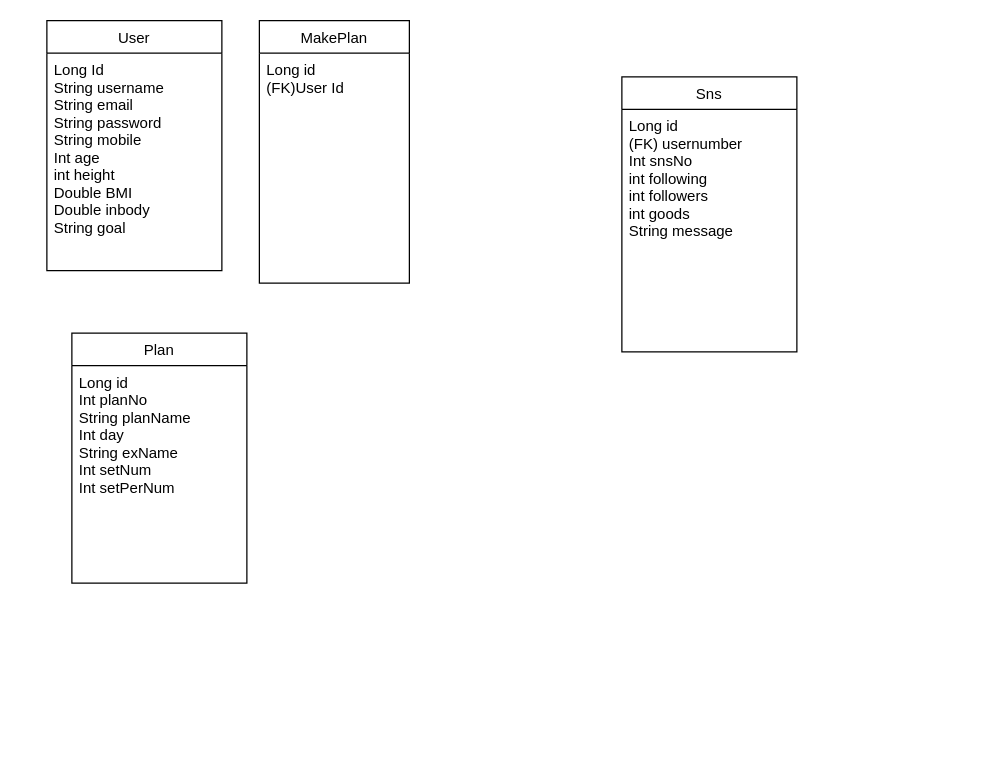
The draw.io diagram Untitled Diagram.drawio in nara0424/test01, before the edit. Source tidied: cells renumbered, new cells numbered last; positions are measured from the earlier drawing's top-left corner, leaving out a move shared by most shapes. Both pictures are drawn from the tidied source at 125%, with x=0, y=0 at pixel (46, 20).
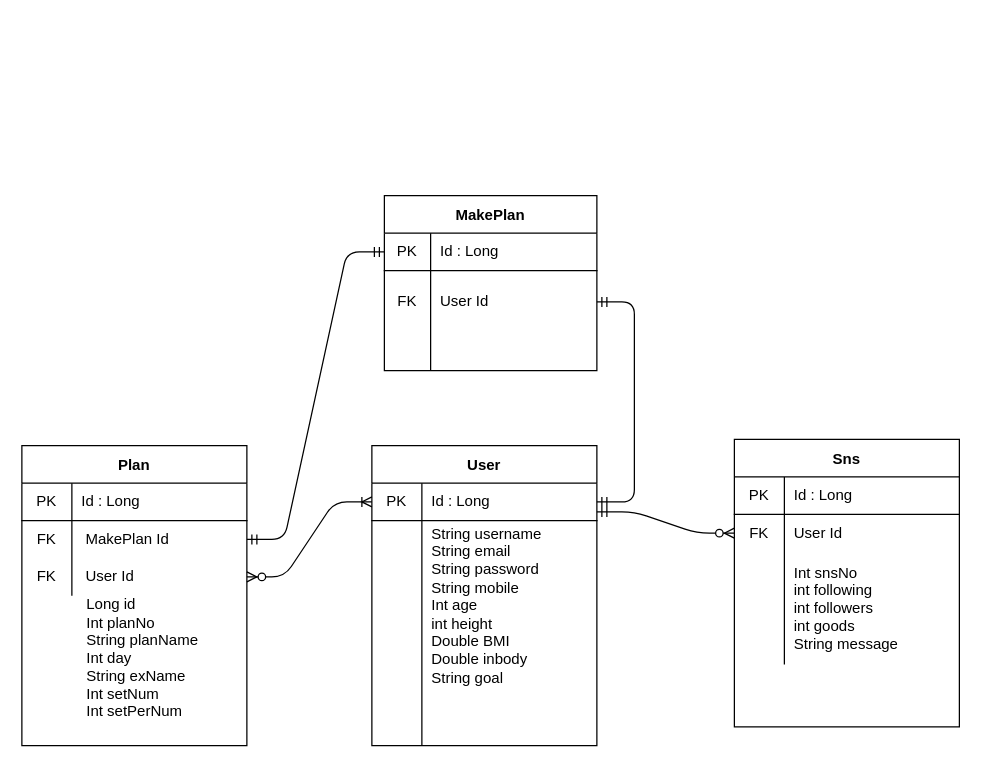
The same page after the edit.

The edit, as a diff of the source:
```diff
@@
-    <mxCell id="2" value="User" style="swimlane;fontStyle=0;horizontal=1;startSize=26;" parent="1" vertex="1">
-      <mxGeometry width="140" height="200" as="geometry" />
+    <mxCell id="2" value="User" style="shape=table;startSize=30;childLayout=tableLayout;rowLines=0;fontStyle=1;align=center;" parent="1" vertex="1">
+      <mxGeometry x="260" y="340" width="180" height="240" as="geometry" />
     </mxCell>
-    <mxCell id="3" value="Long Id&#10;String username&#10;String email&#10;String password&#10;String mobile&#10;Int age&#10;int height&#10;Double BMI&#10;Double inbody&#10;String goal&#10;" style="text;strokeColor=none;fillColor=none;align=left;verticalAlign=top;spacingLeft=4;spacingRight=4;overflow=hidden;" parent="2" vertex="1">
-      <mxGeometry y="26" width="140" height="174" as="geometry" />
-    </mxCell>
+    <mxCell id="10" style="shape=partialRectangle;html=1;whiteSpace=wrap;fillColor=none;top=0;left=0;bottom=1;right=0;points=[[0,0.5],[1,0.5]];portConstraint=eastwest;" parent="2" vertex="1">
+      <mxGeometry y="30" width="180" height="30" as="geometry" />
+    </mxCell>
+    <mxCell id="11" value="PK" style="shape=partialRectangle;html=1;whiteSpace=wrap;fillColor=none;top=0;left=0;bottom=0;right=0;overflow=hidden;" parent="10" vertex="1">
+      <mxGeometry width="40" height="30" as="geometry" />
+    </mxCell>
+    <mxCell id="12" value="Id : Long" style="shape=partialRectangle;html=1;whiteSpace=wrap;fillColor=none;top=0;left=0;bottom=0;right=0;align=left;spacingLeft=6;overflow=hidden;" parent="10" vertex="1">
+      <mxGeometry x="40" width="140" height="30" as="geometry" />
+    </mxCell>
+    <mxCell id="13" style="shape=partialRectangle;html=1;whiteSpace=wrap;fillColor=none;top=0;left=0;bottom=0;right=0;" parent="2" vertex="1">
+      <mxGeometry y="60" width="180" height="150" as="geometry" />
+    </mxCell>
+    <mxCell id="14" style="shape=partialRectangle;html=1;whiteSpace=wrap;fillColor=none;top=0;left=0;bottom=0;right=0;overflow=hidden;" parent="13" vertex="1">
+      <mxGeometry width="40" height="150" as="geometry" />
+    </mxCell>
+    <mxCell id="15" value="String username&lt;br style=&quot;padding: 0px ; margin: 0px&quot;&gt;String email&lt;br style=&quot;padding: 0px ; margin: 0px&quot;&gt;String password&lt;br style=&quot;padding: 0px ; margin: 0px&quot;&gt;String mobile&lt;br style=&quot;padding: 0px ; margin: 0px&quot;&gt;Int age&lt;br style=&quot;padding: 0px ; margin: 0px&quot;&gt;int height&lt;br style=&quot;padding: 0px ; margin: 0px&quot;&gt;Double BMI&lt;br style=&quot;padding: 0px ; margin: 0px&quot;&gt;Double inbody&lt;br style=&quot;padding: 0px ; margin: 0px&quot;&gt;String goal&lt;div style=&quot;padding: 0px ; margin: 0px&quot;&gt;&lt;br style=&quot;padding: 0px ; margin: 0px&quot;&gt;&lt;/div&gt;" style="shape=partialRectangle;html=1;whiteSpace=wrap;fillColor=none;top=0;left=0;bottom=0;right=0;align=left;spacingLeft=6;overflow=hidden;" parent="13" vertex="1">
+      <mxGeometry x="40" width="140" height="150" as="geometry" />
+    </mxCell>
+    <mxCell id="16" style="shape=partialRectangle;html=1;whiteSpace=wrap;fillColor=none;top=0;left=0;bottom=0;right=0;" parent="2" vertex="1">
+      <mxGeometry y="210" width="180" height="30" as="geometry" />
+    </mxCell>
+    <mxCell id="17" style="shape=partialRectangle;html=1;whiteSpace=wrap;fillColor=none;top=0;left=0;bottom=0;right=0;overflow=hidden;" parent="16" vertex="1">
+      <mxGeometry width="40" height="30" as="geometry" />
+    </mxCell>
+    <mxCell id="18" style="shape=partialRectangle;html=1;whiteSpace=wrap;fillColor=none;top=0;left=0;bottom=0;right=0;align=left;spacingLeft=6;overflow=hidden;" parent="16" vertex="1">
+      <mxGeometry x="40" width="140" height="30" as="geometry" />
+    </mxCell>
+    <mxCell id="6" value="MakePlan" style="shape=table;startSize=30;childLayout=tableLayout;rowLines=0;fontStyle=1;align=center;" parent="1" vertex="1">
+      <mxGeometry x="270" y="140" width="170" height="140" as="geometry" />
+    </mxCell>
+    <mxCell id="19" style="shape=partialRectangle;html=1;whiteSpace=wrap;fillColor=none;top=0;left=0;bottom=1;right=0;points=[[0,0.5],[1,0.5]];portConstraint=eastwest;" parent="6" vertex="1">
+      <mxGeometry y="30" width="170" height="30" as="geometry" />
+    </mxCell>
+    <mxCell id="20" value="PK" style="shape=partialRectangle;html=1;whiteSpace=wrap;fillColor=none;top=0;left=0;bottom=0;right=0;overflow=hidden;" parent="19" vertex="1">
+      <mxGeometry width="37" height="30" as="geometry" />
+    </mxCell>
+    <mxCell id="21" value="Id : Long" style="shape=partialRectangle;html=1;whiteSpace=wrap;fillColor=none;top=0;left=0;bottom=0;right=0;align=left;spacingLeft=6;overflow=hidden;" parent="19" vertex="1">
+      <mxGeometry x="37" width="133" height="30" as="geometry" />
+    </mxCell>
+    <mxCell id="22" style="shape=partialRectangle;html=1;whiteSpace=wrap;fillColor=none;top=0;left=0;bottom=0;right=0;points=[[0,0.5],[1,0.5]];portConstraint=eastwest;" parent="6" vertex="1">
+      <mxGeometry y="60" width="170" height="50" as="geometry" />
+    </mxCell>
+    <mxCell id="23" value="FK" style="shape=partialRectangle;html=1;whiteSpace=wrap;fillColor=none;top=0;left=0;bottom=0;right=0;overflow=hidden;" parent="22" vertex="1">
+      <mxGeometry width="37" height="50" as="geometry" />
+    </mxCell>
+    <mxCell id="24" value="User Id" style="shape=partialRectangle;html=1;whiteSpace=wrap;fillColor=none;top=0;left=0;bottom=0;right=0;align=left;spacingLeft=6;overflow=hidden;" parent="22" vertex="1">
+      <mxGeometry x="37" width="133" height="50" as="geometry" />
+    </mxCell>
+    <mxCell id="25" style="shape=partialRectangle;html=1;whiteSpace=wrap;fillColor=none;top=0;left=0;bottom=0;right=0;" parent="6" vertex="1">
+      <mxGeometry y="110" width="170" height="30" as="geometry" />
+    </mxCell>
+    <mxCell id="26" style="shape=partialRectangle;html=1;whiteSpace=wrap;fillColor=none;top=0;left=0;bottom=0;right=0;overflow=hidden;" parent="25" vertex="1">
+      <mxGeometry width="37" height="30" as="geometry" />
+    </mxCell>
+    <mxCell id="27" style="shape=partialRectangle;html=1;whiteSpace=wrap;fillColor=none;top=0;left=0;bottom=0;right=0;align=left;spacingLeft=6;overflow=hidden;" parent="25" vertex="1">
+      <mxGeometry x="37" width="133" height="30" as="geometry" />
+    </mxCell>
+    <mxCell id="8" value="Sns" style="shape=table;startSize=30;childLayout=tableLayout;rowLines=0;fontStyle=1;align=center;" parent="1" vertex="1">
+      <mxGeometry x="550" y="335" width="180" height="230" as="geometry" />
+    </mxCell>
+    <mxCell id="28" style="shape=partialRectangle;html=1;whiteSpace=wrap;fillColor=none;top=0;left=0;bottom=1;right=0;" parent="8" vertex="1">
+      <mxGeometry y="30" width="180" height="30" as="geometry" />
+    </mxCell>
+    <mxCell id="29" value="PK" style="shape=partialRectangle;html=1;whiteSpace=wrap;fillColor=none;top=0;left=0;bottom=0;right=0;overflow=hidden;" parent="28" vertex="1">
+      <mxGeometry width="40" height="30" as="geometry" />
+    </mxCell>
+    <mxCell id="30" value="Id : Long" style="shape=partialRectangle;html=1;whiteSpace=wrap;fillColor=none;top=0;left=0;bottom=0;right=0;align=left;spacingLeft=6;overflow=hidden;" parent="28" vertex="1">
+      <mxGeometry x="40" width="140" height="30" as="geometry" />
+    </mxCell>
+    <mxCell id="31" style="shape=partialRectangle;html=1;whiteSpace=wrap;fillColor=none;top=0;left=0;bottom=0;right=0;points=[[0,0.5],[1,0.5]];portConstraint=eastwest;" parent="8" vertex="1">
+      <mxGeometry y="60" width="180" height="30" as="geometry" />
+    </mxCell>
+    <mxCell id="32" value="FK" style="shape=partialRectangle;html=1;whiteSpace=wrap;fillColor=none;top=0;left=0;bottom=0;right=0;overflow=hidden;" parent="31" vertex="1">
+      <mxGeometry width="40" height="30" as="geometry" />
+    </mxCell>
+    <mxCell id="33" value="User Id" style="shape=partialRectangle;html=1;whiteSpace=wrap;fillColor=none;top=0;left=0;bottom=0;right=0;align=left;spacingLeft=6;overflow=hidden;" parent="31" vertex="1">
+      <mxGeometry x="40" width="140" height="30" as="geometry" />
+    </mxCell>
+    <mxCell id="34" style="shape=partialRectangle;html=1;whiteSpace=wrap;fillColor=none;top=0;left=0;bottom=0;right=0;" parent="8" vertex="1">
+      <mxGeometry y="90" width="180" height="90" as="geometry" />
+    </mxCell>
+    <mxCell id="35" style="shape=partialRectangle;html=1;whiteSpace=wrap;fillColor=none;top=0;left=0;bottom=0;right=0;overflow=hidden;" parent="34" vertex="1">
+      <mxGeometry width="40" height="90" as="geometry" />
+    </mxCell>
+    <mxCell id="36" value="Int snsNo&lt;br style=&quot;padding: 0px ; margin: 0px&quot;&gt;int following&lt;br style=&quot;padding: 0px ; margin: 0px&quot;&gt;int followers&lt;br style=&quot;padding: 0px ; margin: 0px&quot;&gt;int goods&lt;br style=&quot;padding: 0px ; margin: 0px&quot;&gt;String message" style="shape=partialRectangle;html=1;whiteSpace=wrap;fillColor=none;top=0;left=0;bottom=0;right=0;align=left;spacingLeft=6;overflow=hidden;" parent="34" vertex="1">
+      <mxGeometry x="40" width="140" height="90" as="geometry" />
+    </mxCell>
-    <mxCell id="4" value="Plan" style="swimlane;fontStyle=0;horizontal=1;startSize=26;fillColor=none;" parent="1" vertex="1">
-      <mxGeometry x="20" y="250" width="140" height="200" as="geometry" />
+    <mxCell id="4" value="Plan" style="shape=table;startSize=30;childLayout=tableLayout;rowLines=0;fontStyle=1;align=center;" parent="1" vertex="1">
+      <mxGeometry x="-20" y="340" width="180" height="240" as="geometry" />
     </mxCell>
+    <mxCell id="37" style="shape=partialRectangle;html=1;whiteSpace=wrap;fillColor=none;top=0;left=0;bottom=1;right=0;" parent="4" vertex="1">
+      <mxGeometry y="30" width="180" height="30" as="geometry" />
+    </mxCell>
+    <mxCell id="38" value="PK" style="shape=partialRectangle;html=1;whiteSpace=wrap;fillColor=none;top=0;left=0;bottom=0;right=0;overflow=hidden;" parent="37" vertex="1">
+      <mxGeometry width="40" height="30" as="geometry" />
+    </mxCell>
+    <mxCell id="39" value="Id : Long" style="shape=partialRectangle;html=1;whiteSpace=wrap;fillColor=none;top=0;left=0;bottom=0;right=0;align=left;spacingLeft=6;overflow=hidden;" parent="37" vertex="1">
+      <mxGeometry x="40" width="140" height="30" as="geometry" />
+    </mxCell>
+    <mxCell id="40" style="shape=partialRectangle;html=1;whiteSpace=wrap;fillColor=none;top=0;left=0;bottom=0;right=0;points=[[0,0.5],[1,0.5]];portConstraint=eastwest;" parent="4" vertex="1">
+      <mxGeometry y="60" width="180" height="30" as="geometry" />
+    </mxCell>
+    <mxCell id="41" value="FK" style="shape=partialRectangle;html=1;whiteSpace=wrap;fillColor=none;top=0;left=0;bottom=0;right=0;overflow=hidden;" parent="40" vertex="1">
+      <mxGeometry width="40" height="30" as="geometry" />
+    </mxCell>
+    <mxCell id="42" value="&amp;nbsp;MakePlan Id" style="shape=partialRectangle;html=1;whiteSpace=wrap;fillColor=none;top=0;left=0;bottom=0;right=0;align=left;spacingLeft=6;overflow=hidden;" parent="40" vertex="1">
+      <mxGeometry x="40" width="140" height="30" as="geometry" />
+    </mxCell>
+    <mxCell id="43" style="shape=partialRectangle;html=1;whiteSpace=wrap;fillColor=none;top=0;left=0;bottom=0;right=0;points=[[0,0.5],[1,0.5]];portConstraint=eastwest;" parent="4" vertex="1">
+      <mxGeometry y="90" width="180" height="30" as="geometry" />
+    </mxCell>
+    <mxCell id="44" value="FK" style="shape=partialRectangle;html=1;whiteSpace=wrap;fillColor=none;top=0;left=0;bottom=0;right=0;overflow=hidden;" parent="43" vertex="1">
+      <mxGeometry width="40" height="30" as="geometry" />
+    </mxCell>
+    <mxCell id="45" value="&amp;nbsp;User Id" style="shape=partialRectangle;html=1;whiteSpace=wrap;fillColor=none;top=0;left=0;bottom=0;right=0;align=left;spacingLeft=6;overflow=hidden;" parent="43" vertex="1">
+      <mxGeometry x="40" width="140" height="30" as="geometry" />
+    </mxCell>
-    <mxCell id="5" value="Long id&#10;Int planNo&#10;String planName&#10;Int day&#10;String exName&#10;Int setNum&#10;Int setPerNum&#10;&#10;" style="text;strokeColor=none;fillColor=none;align=left;verticalAlign=top;spacingLeft=4;spacingRight=4;overflow=hidden;" parent="4" vertex="1">
-      <mxGeometry y="26" width="140" height="174" as="geometry" />
+    <mxCell id="5" value="&lt;div&gt;Long id&lt;/div&gt;&lt;div&gt;Int planNo&lt;/div&gt;&lt;div&gt;String planName&lt;/div&gt;&lt;div&gt;Int day&lt;/div&gt;&lt;div&gt;String exName&lt;/div&gt;&lt;div&gt;Int setNum&lt;/div&gt;&lt;div&gt;Int setPerNum&lt;/div&gt;" style="text;html=1;align=left;verticalAlign=middle;strokeColor=none;" parent="1" vertex="1">
+      <mxGeometry x="30" y="460" width="100" height="100" as="geometry" />
     </mxCell>
-    <mxCell id="6" value="MakePlan" style="swimlane;fontStyle=0;horizontal=1;startSize=26;" parent="1" vertex="1">
-      <mxGeometry x="170" width="120" height="210" as="geometry" />
-    </mxCell>
-    <mxCell id="7" value="Long id&#10;(FK)User Id" style="text;strokeColor=none;fillColor=none;align=left;verticalAlign=top;spacingLeft=4;spacingRight=4;overflow=hidden;" parent="6" vertex="1">
-      <mxGeometry y="26" width="120" height="184" as="geometry" />
-    </mxCell>
-    <mxCell id="8" value="Sns" style="swimlane;fontStyle=0;horizontal=1;startSize=26;" parent="1" vertex="1">
-      <mxGeometry x="460" y="45" width="140" height="220" as="geometry" />
-    </mxCell>
-    <mxCell id="9" value="Long id&#10;(FK) usernumber&#10;Int snsNo&#10;int following&#10;int followers&#10;int goods&#10;String message&#10;" style="text;strokeColor=none;fillColor=none;align=left;verticalAlign=top;spacingLeft=4;spacingRight=4;overflow=hidden;" parent="8" vertex="1">
-      <mxGeometry y="26" width="140" height="194" as="geometry" />
-    </mxCell>
+    <mxCell id="46" style="edgeStyle=entityRelationEdgeStyle;fontSize=12;html=1;endArrow=ERmandOne;startArrow=ERmandOne;exitX=1;exitY=0.5;exitDx=0;exitDy=0;entryX=0;entryY=0.5;entryDx=0;entryDy=0;" parent="1" edge="1" source="40" target="19">
+      <mxGeometry relative="1" as="geometry" />
+    </mxCell>
+    <mxCell id="47" style="edgeStyle=entityRelationEdgeStyle;fontSize=12;html=1;endArrow=ERoneToMany;startArrow=ERzeroToMany;entryX=0;entryY=0.5;entryDx=0;entryDy=0;exitX=1;exitY=0.5;exitDx=0;exitDy=0;" parent="1" edge="1" source="43" target="10">
+      <mxGeometry relative="1" as="geometry" />
+    </mxCell>
+    <mxCell id="48" style="edgeStyle=entityRelationEdgeStyle;fontSize=12;html=1;endArrow=ERzeroToMany;startArrow=ERmandOne;entryX=0;entryY=0.5;entryDx=0;entryDy=0;" parent="1" edge="1" target="31">
+      <mxGeometry relative="1" as="geometry">
+        <mxPoint x="440" y="393" as="sourcePoint" />
+      </mxGeometry>
+    </mxCell>
+    <mxCell id="49" style="edgeStyle=entityRelationEdgeStyle;fontSize=12;html=1;endArrow=ERmandOne;startArrow=ERmandOne;exitX=1;exitY=0.5;exitDx=0;exitDy=0;entryX=1;entryY=0.5;entryDx=0;entryDy=0;" parent="1" edge="1" source="22" target="10">
+      <mxGeometry relative="1" as="geometry" />
+    </mxCell>
```
